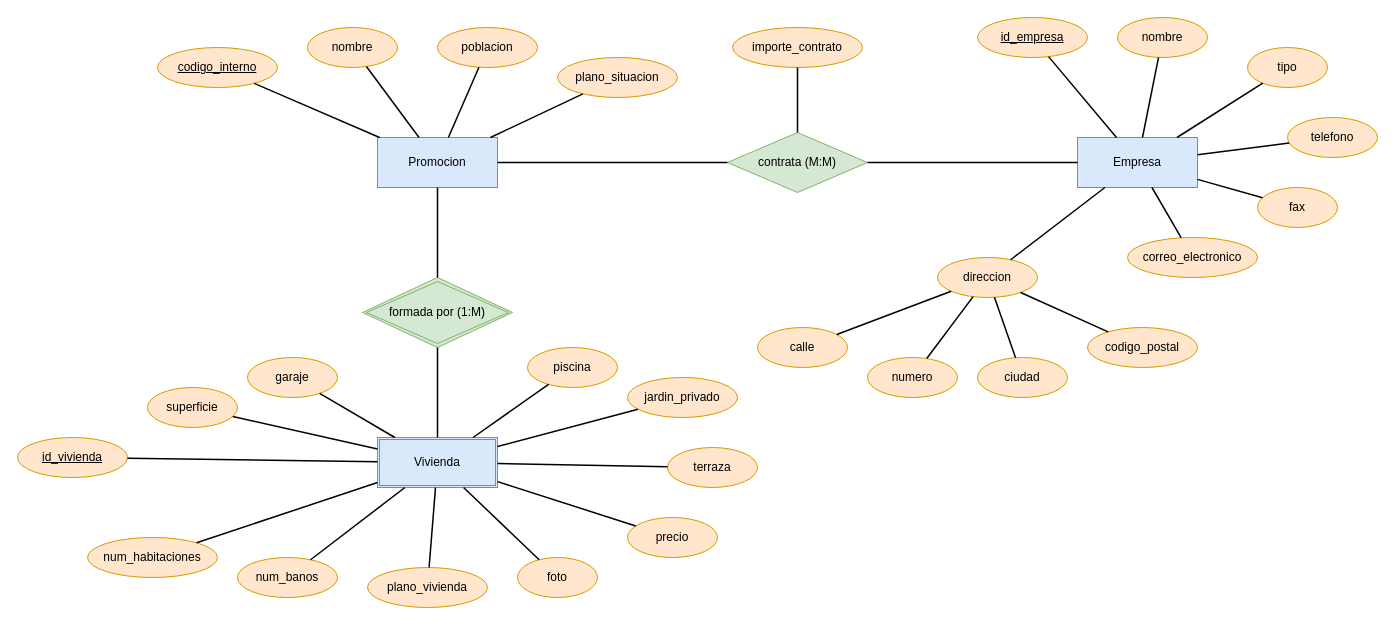
This is Inmobiliaria.drawio from MoisesTorres24/Draw.io, a draw.io file, before an edit. Source tidied: cells renumbered, new cells numbered last; positions are measured from the earlier drawing's top-left corner, leaving out a move shared by most shapes. Both pictures are drawn from the tidied source at 100%, with x=0, y=0 at pixel (17, 17).
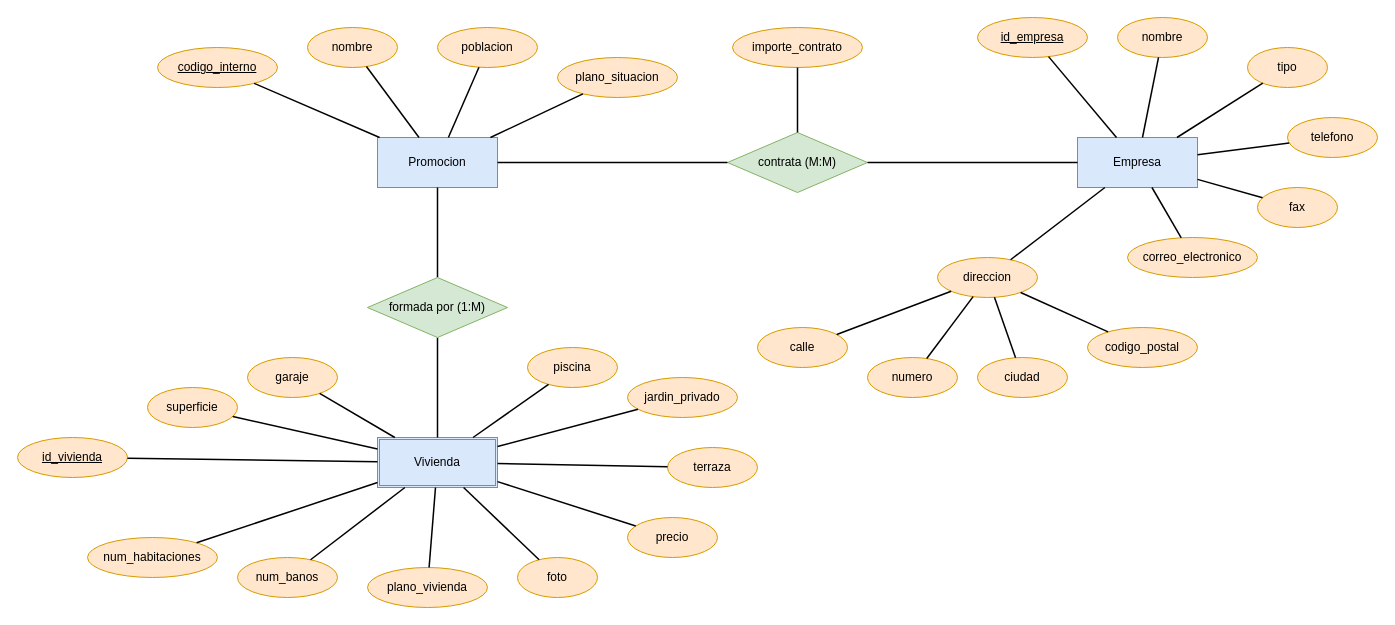
The same page after the edit.

Unchanged cells that the change refers to:
```xml
<mxCell id="2" value="Promocion" style="rounded=0;whiteSpace=wrap;html=1;fillColor=#dae8fc;strokeColor=#6c8ebf;" parent="1" vertex="1">
  <mxGeometry x="360" y="120" width="120" height="50" as="geometry" />
</mxCell>
<mxCell id="3" value="Vivienda" style="shape=ext;double=1;rounded=0;whiteSpace=wrap;html=1;fillColor=#dae8fc;strokeColor=#6c8ebf;" parent="1" vertex="1">
  <mxGeometry x="360" y="420" width="120" height="50" as="geometry" />
</mxCell>
```

The edit, as a diff of the source:
```diff
@@
-    <mxCell id="5" value="formada por (1:M)" style="shape=rhombus;double=1;whiteSpace=wrap;html=1;fillColor=#d5e8d4;strokeColor=#82b366;" parent="1" vertex="1">
-      <mxGeometry x="345" y="260" width="150" height="70" as="geometry" />
-    </mxCell>
@@
-    <mxCell id="7" style="edgeStyle=none;endArrow=none;html=1;rounded=0;strokeWidth=1.5;" parent="1" edge="1" source="2" target="5">
+    <mxCell id="7" style="edgeStyle=none;endArrow=none;html=1;rounded=0;strokeWidth=1.5;entryX=0.5;entryY=0;entryDx=0;entryDy=0;" parent="1" edge="1" source="2" target="5">
       <mxGeometry relative="1" as="geometry" />
     </mxCell>
-    <mxCell id="8" style="edgeStyle=none;endArrow=none;html=1;rounded=0;strokeWidth=1.5;strokeColor=default;align=center;verticalAlign=middle;fontFamily=Helvetica;fontSize=11;fontColor=default;labelBackgroundColor=default;" parent="1" edge="1" source="5" target="3">
+    <mxCell id="8" style="edgeStyle=none;endArrow=none;html=1;rounded=0;strokeWidth=1.5;strokeColor=default;align=center;verticalAlign=middle;fontFamily=Helvetica;fontSize=11;fontColor=default;labelBackgroundColor=default;exitX=0.5;exitY=1;exitDx=0;exitDy=0;" parent="1" edge="1" source="5" target="3">
       <mxGeometry relative="1" as="geometry" />
     </mxCell>
@@
+    <mxCell id="5" value="formada por (1:M)" style="rhombus;whiteSpace=wrap;html=1;fillColor=#d5e8d4;strokeColor=#82b366;" parent="1" vertex="1">
+      <mxGeometry x="350" y="260" width="140" height="60" as="geometry" />
+    </mxCell>
```
